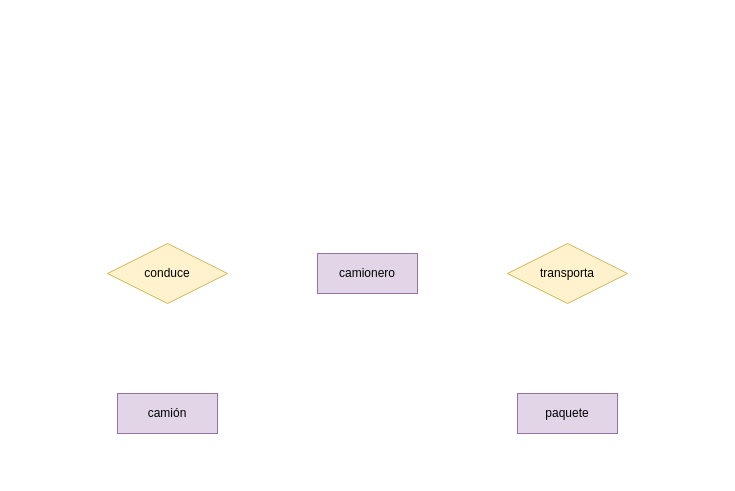
Before: camioneros.drawio in javigh193/bae, a draw.io diagram. Source tidied: cells renumbered, new cells numbered last; positions are measured from the earlier drawing's top-left corner, leaving out a move shared by most shapes. Both pictures are drawn from the tidied source at 100%, with x=0, y=0 at pixel (107, 243).
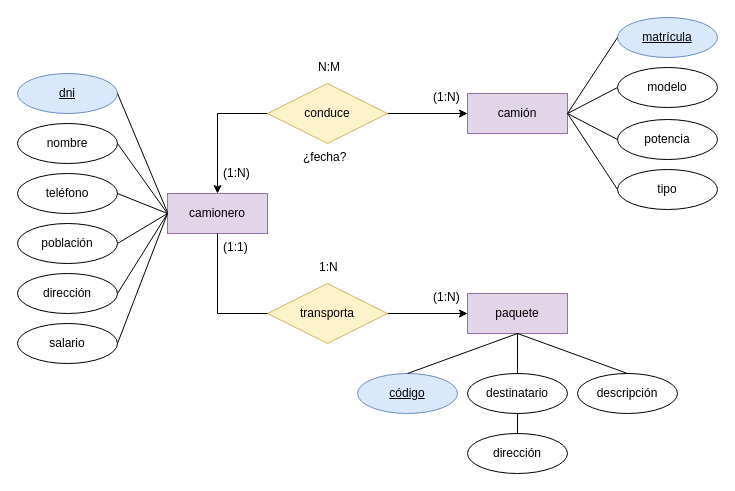
After the change.

Diff of the diagram source:
```diff
@@
     <mxCell id="2" value="camionero" style="whiteSpace=wrap;html=1;align=center;fillColor=#e1d5e7;strokeColor=#9673a6;" parent="1" vertex="1">
-      <mxGeometry x="210" y="10" width="100" height="40" as="geometry" />
+      <mxGeometry x="60" y="-50" width="100" height="40" as="geometry" />
     </mxCell>
     <mxCell id="3" value="&lt;div&gt;camión&lt;/div&gt;" style="whiteSpace=wrap;html=1;align=center;fillColor=#e1d5e7;strokeColor=#9673a6;" parent="1" vertex="1">
-      <mxGeometry x="10" y="150" width="100" height="40" as="geometry" />
+      <mxGeometry x="360" y="-150" width="100" height="40" as="geometry" />
     </mxCell>
     <mxCell id="4" value="&lt;div&gt;paquete&lt;/div&gt;" style="whiteSpace=wrap;html=1;align=center;fillColor=#e1d5e7;strokeColor=#9673a6;" parent="1" vertex="1">
-      <mxGeometry x="410" y="150" width="100" height="40" as="geometry" />
+      <mxGeometry x="360" y="50" width="100" height="40" as="geometry" />
     </mxCell>
+    <mxCell id="7" style="edgeStyle=orthogonalEdgeStyle;rounded=0;jettySize=auto;html=1;entryX=0.5;entryY=0;entryDx=0;entryDy=0;" parent="1" edge="1" source="5" target="2">
+      <mxGeometry relative="1" as="geometry">
+        <Array as="points">
+          <mxPoint x="110" y="-130" />
+        </Array>
+      </mxGeometry>
+    </mxCell>
+    <mxCell id="8" style="edgeStyle=orthogonalEdgeStyle;rounded=0;jettySize=auto;html=1;entryX=0;entryY=0.5;entryDx=0;entryDy=0;" parent="1" edge="1" source="5" target="3">
+      <mxGeometry relative="1" as="geometry" />
+    </mxCell>
     <mxCell id="5" value="conduce" style="shape=rhombus;perimeter=rhombusPerimeter;whiteSpace=wrap;html=1;align=center;fillColor=#fff2cc;strokeColor=#d6b656;" parent="1" vertex="1">
-      <mxGeometry width="120" height="60" as="geometry" />
+      <mxGeometry x="160" y="-160" width="120" height="60" as="geometry" />
     </mxCell>
+    <mxCell id="9" style="edgeStyle=orthogonalEdgeStyle;rounded=0;jettySize=auto;html=1;entryX=0;entryY=0.5;entryDx=0;entryDy=0;" parent="1" edge="1" source="6" target="4">
+      <mxGeometry relative="1" as="geometry" />
+    </mxCell>
     <mxCell id="6" value="transporta" style="shape=rhombus;perimeter=rhombusPerimeter;whiteSpace=wrap;html=1;align=center;fillColor=#fff2cc;strokeColor=#d6b656;" parent="1" vertex="1">
-      <mxGeometry x="400" width="120" height="60" as="geometry" />
+      <mxGeometry x="160" y="40" width="120" height="60" as="geometry" />
     </mxCell>
+    <mxCell id="10" value="dni" style="ellipse;whiteSpace=wrap;html=1;align=center;fontStyle=4;fillColor=#dae8fc;strokeColor=#6c8ebf;" parent="1" vertex="1">
+      <mxGeometry x="-90" y="-170" width="100" height="40" as="geometry" />
+    </mxCell>
+    <mxCell id="11" value="nombre" style="ellipse;whiteSpace=wrap;html=1;align=center;" parent="1" vertex="1">
+      <mxGeometry x="-90" y="-120" width="100" height="40" as="geometry" />
+    </mxCell>
+    <mxCell id="12" value="teléfono" style="ellipse;whiteSpace=wrap;html=1;align=center;" parent="1" vertex="1">
+      <mxGeometry x="-90" y="-70" width="100" height="40" as="geometry" />
+    </mxCell>
+    <mxCell id="13" value="dirección" style="ellipse;whiteSpace=wrap;html=1;align=center;" parent="1" vertex="1">
+      <mxGeometry x="-90" y="30" width="100" height="40" as="geometry" />
+    </mxCell>
+    <mxCell id="14" value="salario" style="ellipse;whiteSpace=wrap;html=1;align=center;" parent="1" vertex="1">
+      <mxGeometry x="-90" y="80" width="100" height="40" as="geometry" />
+    </mxCell>
+    <mxCell id="15" value="población" style="ellipse;whiteSpace=wrap;html=1;align=center;" parent="1" vertex="1">
+      <mxGeometry x="-90" y="-20" width="100" height="40" as="geometry" />
+    </mxCell>
+    <mxCell id="16" style="endArrow=none;html=1;rounded=0;entryX=0;entryY=0.5;entryDx=0;entryDy=0;exitX=1;exitY=0.5;exitDx=0;exitDy=0;" parent="1" edge="1" source="14" target="2">
+      <mxGeometry relative="1" as="geometry" />
+    </mxCell>
+    <mxCell id="17" style="endArrow=none;html=1;rounded=0;exitX=1;exitY=0.5;exitDx=0;exitDy=0;" parent="1" edge="1" source="10">
+      <mxGeometry relative="1" as="geometry">
+        <mxPoint x="60" y="-31" as="targetPoint" />
+      </mxGeometry>
+    </mxCell>
+    <mxCell id="18" style="endArrow=none;html=1;rounded=0;exitX=1;exitY=0.5;exitDx=0;exitDy=0;" parent="1" edge="1" source="11">
+      <mxGeometry relative="1" as="geometry">
+        <mxPoint x="60" y="-30" as="targetPoint" />
+      </mxGeometry>
+    </mxCell>
+    <mxCell id="19" style="endArrow=none;html=1;rounded=0;entryX=1;entryY=0.5;entryDx=0;entryDy=0;" parent="1" edge="1" target="13">
+      <mxGeometry relative="1" as="geometry">
+        <mxPoint x="60" y="-30" as="sourcePoint" />
+      </mxGeometry>
+    </mxCell>
+    <mxCell id="20" style="endArrow=none;html=1;rounded=0;exitX=1;exitY=0.5;exitDx=0;exitDy=0;" parent="1" edge="1" source="12">
+      <mxGeometry relative="1" as="geometry">
+        <mxPoint x="60" y="-30" as="targetPoint" />
+      </mxGeometry>
+    </mxCell>
+    <mxCell id="21" style="endArrow=none;html=1;rounded=0;exitX=1;exitY=0.5;exitDx=0;exitDy=0;" parent="1" edge="1" source="15">
+      <mxGeometry relative="1" as="geometry">
+        <mxPoint x="60" y="-30" as="targetPoint" />
+      </mxGeometry>
+    </mxCell>
+    <mxCell id="22" style="endArrow=none;html=1;rounded=0;exitX=0.5;exitY=1;exitDx=0;exitDy=0;entryX=0;entryY=0.5;entryDx=0;entryDy=0;" parent="1" edge="1" source="2" target="6">
+      <mxGeometry relative="1" as="geometry">
+        <Array as="points">
+          <mxPoint x="110" y="50" />
+          <mxPoint x="110" y="70" />
+        </Array>
+      </mxGeometry>
+    </mxCell>
+    <mxCell id="23" value="código" style="ellipse;whiteSpace=wrap;html=1;align=center;fontStyle=4;fillColor=#dae8fc;strokeColor=#6c8ebf;" parent="1" vertex="1">
+      <mxGeometry x="250" y="130" width="100" height="40" as="geometry" />
+    </mxCell>
+    <mxCell id="24" value="destinatario" style="ellipse;whiteSpace=wrap;html=1;align=center;" parent="1" vertex="1">
+      <mxGeometry x="360" y="130" width="100" height="40" as="geometry" />
+    </mxCell>
+    <mxCell id="25" value="descripción" style="ellipse;whiteSpace=wrap;html=1;align=center;" parent="1" vertex="1">
+      <mxGeometry x="470" y="130" width="100" height="40" as="geometry" />
+    </mxCell>
+    <mxCell id="26" value="dirección" style="ellipse;whiteSpace=wrap;html=1;align=center;" parent="1" vertex="1">
+      <mxGeometry x="360" y="190" width="100" height="40" as="geometry" />
+    </mxCell>
+    <mxCell id="27" style="endArrow=none;html=1;rounded=0;exitX=0.5;exitY=1;exitDx=0;exitDy=0;entryX=0.5;entryY=0;entryDx=0;entryDy=0;" parent="1" edge="1" source="4" target="23">
+      <mxGeometry relative="1" as="geometry" />
+    </mxCell>
+    <mxCell id="28" style="endArrow=none;html=1;rounded=0;entryX=0.5;entryY=0;entryDx=0;entryDy=0;" parent="1" edge="1" target="24">
+      <mxGeometry relative="1" as="geometry">
+        <mxPoint x="410" y="90" as="sourcePoint" />
+      </mxGeometry>
+    </mxCell>
+    <mxCell id="29" style="endArrow=none;html=1;rounded=0;exitX=0.5;exitY=0;exitDx=0;exitDy=0;entryX=0.5;entryY=1;entryDx=0;entryDy=0;" parent="1" edge="1" source="25" target="4">
+      <mxGeometry relative="1" as="geometry" />
+    </mxCell>
+    <mxCell id="30" style="endArrow=none;html=1;rounded=0;exitX=0.5;exitY=1;exitDx=0;exitDy=0;entryX=0.5;entryY=0;entryDx=0;entryDy=0;" parent="1" edge="1" source="24" target="26">
+      <mxGeometry relative="1" as="geometry" />
+    </mxCell>
+    <mxCell id="31" value="matrícula" style="ellipse;whiteSpace=wrap;html=1;align=center;fontStyle=4;fillColor=#dae8fc;strokeColor=#6c8ebf;" parent="1" vertex="1">
+      <mxGeometry x="510" y="-226" width="100" height="40" as="geometry" />
+    </mxCell>
+    <mxCell id="32" value="modelo" style="ellipse;whiteSpace=wrap;html=1;align=center;" parent="1" vertex="1">
+      <mxGeometry x="510" y="-176" width="100" height="40" as="geometry" />
+    </mxCell>
+    <mxCell id="33" value="potencia" style="ellipse;whiteSpace=wrap;html=1;align=center;" parent="1" vertex="1">
+      <mxGeometry x="510" y="-124" width="100" height="40" as="geometry" />
+    </mxCell>
+    <mxCell id="34" value="tipo" style="ellipse;whiteSpace=wrap;html=1;align=center;" parent="1" vertex="1">
+      <mxGeometry x="510" y="-74" width="100" height="40" as="geometry" />
+    </mxCell>
+    <mxCell id="35" style="endArrow=none;html=1;rounded=0;entryX=1;entryY=0.5;entryDx=0;entryDy=0;exitX=0;exitY=0.5;exitDx=0;exitDy=0;" parent="1" edge="1" source="32" target="3">
+      <mxGeometry relative="1" as="geometry" />
+    </mxCell>
+    <mxCell id="36" style="endArrow=none;html=1;rounded=0;entryX=1;entryY=0.5;entryDx=0;entryDy=0;exitX=0;exitY=0.5;exitDx=0;exitDy=0;" parent="1" edge="1" source="31" target="3">
+      <mxGeometry relative="1" as="geometry" />
+    </mxCell>
+    <mxCell id="37" style="endArrow=none;html=1;rounded=0;entryX=1;entryY=0.5;entryDx=0;entryDy=0;exitX=0;exitY=0.5;exitDx=0;exitDy=0;" parent="1" edge="1" source="33" target="3">
+      <mxGeometry relative="1" as="geometry" />
+    </mxCell>
+    <mxCell id="38" style="endArrow=none;html=1;rounded=0;exitX=0;exitY=0.5;exitDx=0;exitDy=0;" parent="1" edge="1" source="34">
+      <mxGeometry relative="1" as="geometry">
+        <mxPoint x="460" y="-130" as="targetPoint" />
+      </mxGeometry>
+    </mxCell>
+    <mxCell id="39" value="(1:N)" style="text;strokeColor=none;fillColor=none;spacingLeft=4;spacingRight=4;overflow=hidden;fontSize=12;" parent="1" vertex="1">
+      <mxGeometry x="320" y="40" width="40" height="30" as="geometry" />
+    </mxCell>
+    <mxCell id="40" value="(1:1)&#10;" style="text;strokeColor=none;fillColor=none;spacingLeft=4;spacingRight=4;overflow=hidden;fontSize=12;" parent="1" vertex="1">
+      <mxGeometry x="110" y="-10" width="40" height="30" as="geometry" />
+    </mxCell>
+    <mxCell id="41" value="1:N" style="text;strokeColor=none;fillColor=none;spacingLeft=4;spacingRight=4;overflow=hidden;fontSize=12;" parent="1" vertex="1">
+      <mxGeometry x="206" y="10" width="40" height="30" as="geometry" />
+    </mxCell>
+    <mxCell id="42" value="(1:N)" style="text;strokeColor=none;fillColor=none;spacingLeft=4;spacingRight=4;overflow=hidden;fontSize=12;" parent="1" vertex="1">
+      <mxGeometry x="320" y="-160" width="40" height="30" as="geometry" />
+    </mxCell>
+    <mxCell id="43" value="(1:N)" style="text;strokeColor=none;fillColor=none;spacingLeft=4;spacingRight=4;overflow=hidden;fontSize=12;" parent="1" vertex="1">
+      <mxGeometry x="110" y="-84" width="40" height="30" as="geometry" />
+    </mxCell>
+    <mxCell id="44" value="N:M" style="text;strokeColor=none;fillColor=none;spacingLeft=4;spacingRight=4;overflow=hidden;fontSize=12;" parent="1" vertex="1">
+      <mxGeometry x="205" y="-190" width="40" height="30" as="geometry" />
+    </mxCell>
+    <mxCell id="45" value="¿fecha?" style="text;strokeColor=none;fillColor=none;spacingLeft=4;spacingRight=4;overflow=hidden;fontSize=12;" parent="1" vertex="1">
+      <mxGeometry x="190" y="-100" width="60" height="30" as="geometry" />
+    </mxCell>
```
